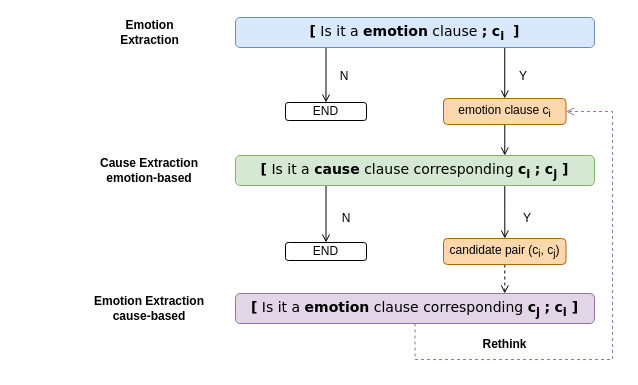
The draw.io diagram Untitled Diagram.drawio in zhoucz97/myLearning, before the edit. Source tidied: cells renumbered, new cells numbered last; positions are measured from the earlier drawing's top-left corner, leaving out a move shared by most shapes. Both pictures are drawn from the tidied source at 100%, with x=0, y=0 at pixel (75, 17).
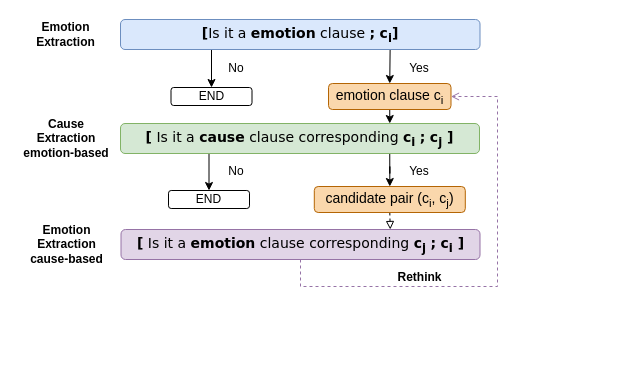
The same page after the edit.

The edit, as a diff of the source:
```diff
@@
+    <mxCell id="3" style="edgeStyle=orthogonalEdgeStyle;rounded=0;jettySize=auto;html=1;exitX=0.25;exitY=1;exitDx=0;exitDy=0;entryX=0.5;entryY=0;entryDx=0;entryDy=0;" parent="1" edge="1" source="4" target="5">
+      <mxGeometry relative="1" as="geometry" />
+    </mxCell>
-    <mxCell id="2" style="edgeStyle=orthogonalEdgeStyle;rounded=0;jettySize=auto;html=1;entryX=0.5;entryY=0;entryDx=0;entryDy=0;exitX=0.75;exitY=1;exitDx=0;exitDy=0;endArrow=open;endFill=0;" parent="1" edge="1" source="4" target="10">
+    <mxCell id="2" style="edgeStyle=orthogonalEdgeStyle;rounded=0;jettySize=auto;html=1;exitX=0.75;exitY=1;exitDx=0;exitDy=0;entryX=0.5;entryY=0;entryDx=0;entryDy=0;" parent="1" edge="1" source="4" target="10">
       <mxGeometry relative="1" as="geometry" />
     </mxCell>
-    <mxCell id="3" style="edgeStyle=orthogonalEdgeStyle;rounded=0;jettySize=auto;html=1;entryX=0.5;entryY=0;entryDx=0;entryDy=0;endArrow=open;endFill=0;" parent="1" edge="1" source="4" target="5">
-      <mxGeometry relative="1" as="geometry">
-        <Array as="points">
-          <mxPoint x="250" y="57" />
-        </Array>
-      </mxGeometry>
-    </mxCell>
-    <mxCell id="4" value="&lt;font style=&quot;font-size: 14px&quot; face=&quot;Verdana&quot;&gt;&lt;b&gt;[&lt;/b&gt; Is it a &lt;b&gt;emotion&lt;/b&gt; clause &lt;b&gt;;&lt;/b&gt; &lt;b&gt;c&lt;/b&gt;&lt;sub style=&quot;font-weight: bold&quot;&gt;i&amp;nbsp;&lt;/sub&gt;&lt;b&gt;&amp;nbsp;]&lt;/b&gt;&lt;/font&gt;" style="rounded=1;whiteSpace=wrap;html=1;fillColor=#dae8fc;strokeColor=#6c8ebf;" parent="1" vertex="1">
-      <mxGeometry x="160" width="359" height="30" as="geometry" />
+    <mxCell id="4" value="&lt;font style=&quot;font-size: 14px&quot;&gt;&lt;font face=&quot;Verdana&quot;&gt;&lt;b&gt;[&lt;/b&gt;&lt;/font&gt;&lt;span style=&quot;font-family: &amp;#34;verdana&amp;#34;&quot;&gt;Is it a&amp;nbsp;&lt;/span&gt;&lt;b style=&quot;font-family: &amp;#34;verdana&amp;#34;&quot;&gt;emotion&lt;/b&gt;&lt;span style=&quot;font-family: &amp;#34;verdana&amp;#34;&quot;&gt;&amp;nbsp;clause&amp;nbsp;&lt;/span&gt;&lt;b style=&quot;font-family: &amp;#34;verdana&amp;#34;&quot;&gt;;&lt;/b&gt;&lt;span style=&quot;font-family: &amp;#34;verdana&amp;#34;&quot;&gt;&amp;nbsp;&lt;b&gt;c&lt;sub&gt;i&lt;/sub&gt;]&lt;/b&gt;&lt;/span&gt;&lt;/font&gt;" style="rounded=1;whiteSpace=wrap;html=1;fillColor=#dae8fc;strokeColor=#6c8ebf;" parent="1" vertex="1">
+      <mxGeometry x="45" y="2" width="359.5" height="30" as="geometry" />
     </mxCell>
     <mxCell id="5" value="END" style="rounded=1;whiteSpace=wrap;html=1;" parent="1" vertex="1">
-      <mxGeometry x="210" y="85" width="81" height="18" as="geometry" />
+      <mxGeometry x="95.5" y="70" width="81" height="18" as="geometry" />
     </mxCell>
+    <mxCell id="7" style="edgeStyle=orthogonalEdgeStyle;rounded=0;jettySize=auto;html=1;exitX=0.25;exitY=1;exitDx=0;exitDy=0;entryX=0.5;entryY=0;entryDx=0;entryDy=0;" parent="1" edge="1" source="8" target="11">
+      <mxGeometry relative="1" as="geometry" />
+    </mxCell>
-    <mxCell id="6" style="edgeStyle=orthogonalEdgeStyle;rounded=0;jettySize=auto;html=1;exitX=0.75;exitY=1;exitDx=0;exitDy=0;endArrow=open;endFill=0;" parent="1" edge="1" source="8" target="13">
+    <mxCell id="6" style="edgeStyle=orthogonalEdgeStyle;rounded=0;jettySize=auto;html=1;exitX=0.75;exitY=1;exitDx=0;exitDy=0;" parent="1" edge="1" source="8" target="13">
       <mxGeometry relative="1" as="geometry" />
     </mxCell>
-    <mxCell id="7" style="edgeStyle=orthogonalEdgeStyle;rounded=0;jettySize=auto;html=1;entryX=0.5;entryY=0;entryDx=0;entryDy=0;endArrow=open;endFill=0;" parent="1" edge="1" source="8" target="11">
-      <mxGeometry relative="1" as="geometry">
-        <Array as="points">
-          <mxPoint x="250" y="197" />
-        </Array>
-      </mxGeometry>
-    </mxCell>
     <mxCell id="8" value="&lt;font style=&quot;font-size: 14px&quot; face=&quot;Verdana&quot;&gt;&lt;b&gt;[&lt;/b&gt; Is it a &lt;b&gt;cause&lt;/b&gt; clause corresponding &lt;b&gt;c&lt;sub&gt;i&lt;/sub&gt;&lt;/b&gt; &lt;b&gt;;&lt;/b&gt; &lt;b&gt;c&lt;sub&gt;j&lt;/sub&gt;&amp;nbsp;]&lt;/b&gt;&lt;/font&gt;" style="rounded=1;whiteSpace=wrap;html=1;fillColor=#d5e8d4;strokeColor=#82b366;" parent="1" vertex="1">
-      <mxGeometry x="160" y="138" width="359" height="30" as="geometry" />
+      <mxGeometry x="45" y="106" width="359" height="30" as="geometry" />
     </mxCell>
-    <mxCell id="9" style="edgeStyle=orthogonalEdgeStyle;rounded=0;jettySize=auto;html=1;entryX=0.75;entryY=0;entryDx=0;entryDy=0;endArrow=open;endFill=0;" parent="1" edge="1" source="10" target="8">
+    <mxCell id="9" style="edgeStyle=orthogonalEdgeStyle;rounded=0;jettySize=auto;html=1;exitX=0.5;exitY=1;exitDx=0;exitDy=0;entryX=0.75;entryY=0;entryDx=0;entryDy=0;" parent="1" edge="1" source="10" target="8">
       <mxGeometry relative="1" as="geometry" />
     </mxCell>
-    <mxCell id="10" value="emotion clause c&lt;sub&gt;i&lt;/sub&gt;" style="rounded=1;whiteSpace=wrap;html=1;fillColor=#fad7ac;strokeColor=#b46504;" parent="1" vertex="1">
-      <mxGeometry x="368" y="81" width="122.5" height="26" as="geometry" />
+    <mxCell id="10" value="&lt;font style=&quot;font-size: 14px&quot;&gt;emotion clause c&lt;sub&gt;i&lt;/sub&gt;&lt;/font&gt;" style="rounded=1;whiteSpace=wrap;html=1;fillColor=#fad7ac;strokeColor=#b46504;" parent="1" vertex="1">
+      <mxGeometry x="253" y="66" width="122.5" height="26" as="geometry" />
     </mxCell>
     <mxCell id="11" value="END" style="rounded=1;whiteSpace=wrap;html=1;" parent="1" vertex="1">
-      <mxGeometry x="210" y="225" width="81" height="18" as="geometry" />
+      <mxGeometry x="93" y="173" width="81" height="18" as="geometry" />
     </mxCell>
-    <mxCell id="12" style="edgeStyle=orthogonalEdgeStyle;rounded=0;jettySize=auto;html=1;entryX=0.75;entryY=0;entryDx=0;entryDy=0;endArrow=open;endFill=0;dashed=1;" parent="1" edge="1" source="13" target="15">
+    <mxCell id="12" style="edgeStyle=orthogonalEdgeStyle;rounded=0;jettySize=auto;html=1;exitX=0.5;exitY=1;exitDx=0;exitDy=0;entryX=0.75;entryY=0;entryDx=0;entryDy=0;dashed=1;endArrow=block;endFill=0;" parent="1" edge="1" source="13" target="15">
       <mxGeometry relative="1" as="geometry" />
     </mxCell>
-    <mxCell id="13" value="candidate pair (c&lt;sub&gt;i&lt;/sub&gt;, c&lt;sub&gt;j&lt;/sub&gt;)" style="rounded=1;whiteSpace=wrap;html=1;fillColor=#fad7ac;strokeColor=#b46504;" parent="1" vertex="1">
-      <mxGeometry x="368" y="221" width="122.5" height="26" as="geometry" />
+    <mxCell id="13" value="&lt;font style=&quot;font-size: 14px&quot;&gt;candidate pair (c&lt;sub&gt;i&lt;/sub&gt;, c&lt;sub&gt;j&lt;/sub&gt;)&lt;/font&gt;" style="rounded=1;whiteSpace=wrap;html=1;fillColor=#fad7ac;strokeColor=#b46504;" parent="1" vertex="1">
+      <mxGeometry x="238.8" y="169" width="151" height="26" as="geometry" />
     </mxCell>
     <mxCell id="14" style="edgeStyle=orthogonalEdgeStyle;rounded=0;jettySize=auto;html=1;entryX=1;entryY=0.5;entryDx=0;entryDy=0;dashed=1;endArrow=open;endFill=0;fillColor=#e1d5e7;strokeColor=#9673a6;" parent="1" edge="1" source="15" target="10">
       <mxGeometry relative="1" as="geometry">
         <Array as="points">
-          <mxPoint x="340" y="342" />
-          <mxPoint x="537" y="342" />
-          <mxPoint x="537" y="94" />
+          <mxPoint x="225" y="269" />
+          <mxPoint x="422" y="269" />
+          <mxPoint x="422" y="79" />
         </Array>
       </mxGeometry>
     </mxCell>
     <mxCell id="15" value="&lt;font style=&quot;font-size: 14px&quot; face=&quot;Verdana&quot;&gt;&lt;b&gt;[&lt;/b&gt; Is it a &lt;b&gt;emotion&lt;/b&gt; clause corresponding &lt;b&gt;c&lt;sub&gt;j&lt;/sub&gt;&lt;/b&gt;&amp;nbsp;&lt;b&gt;;&lt;/b&gt; &lt;b&gt;c&lt;sub&gt;i&lt;/sub&gt;&amp;nbsp;]&lt;/b&gt;&lt;/font&gt;" style="rounded=1;whiteSpace=wrap;html=1;fillColor=#e1d5e7;strokeColor=#9673a6;" parent="1" vertex="1">
-      <mxGeometry x="160" y="276" width="359" height="30" as="geometry" />
+      <mxGeometry x="45.5" y="212" width="359" height="30" as="geometry" />
     </mxCell>
     <mxCell id="16" value="&lt;b&gt;Emotion&lt;br&gt;Extraction&lt;/b&gt;" style="text;html=1;strokeColor=none;fillColor=none;align=center;verticalAlign=middle;whiteSpace=wrap;rounded=0;" parent="1" vertex="1">
-      <mxGeometry x="0.5" y="5" width="147" height="20" as="geometry" />
+      <mxGeometry x="-58.4" y="7" width="97" height="20" as="geometry" />
     </mxCell>
     <mxCell id="17" value="&lt;b&gt;Cause Extraction &lt;br&gt;emotion-based&lt;/b&gt;" style="text;html=1;strokeColor=none;fillColor=none;align=center;verticalAlign=middle;whiteSpace=wrap;rounded=0;" parent="1" vertex="1">
-      <mxGeometry x="6.2" y="143" width="135.5" height="20" as="geometry" />
+      <mxGeometry x="-58.6" y="111" width="100.2" height="20" as="geometry" />
     </mxCell>
     <mxCell id="18" value="&lt;b&gt;Emotion Extraction &lt;br&gt;cause-based&lt;/b&gt;" style="text;html=1;strokeColor=none;fillColor=none;align=center;verticalAlign=middle;whiteSpace=wrap;rounded=0;" parent="1" vertex="1">
-      <mxGeometry x="7" y="281" width="134" height="20" as="geometry" />
+      <mxGeometry x="-57.8" y="217" width="98.5" height="20" as="geometry" />
     </mxCell>
-    <mxCell id="19" value="N" style="text;html=1;strokeColor=none;fillColor=none;align=center;verticalAlign=middle;whiteSpace=wrap;rounded=0;" parent="1" vertex="1">
-      <mxGeometry x="249" y="49" width="40" height="20" as="geometry" />
-    </mxCell>
-    <mxCell id="20" value="Y" style="text;html=1;strokeColor=none;fillColor=none;align=center;verticalAlign=middle;whiteSpace=wrap;rounded=0;" parent="1" vertex="1">
-      <mxGeometry x="428" y="49" width="40" height="20" as="geometry" />
-    </mxCell>
-    <mxCell id="21" value="N" style="text;html=1;strokeColor=none;fillColor=none;align=center;verticalAlign=middle;whiteSpace=wrap;rounded=0;" parent="1" vertex="1">
-      <mxGeometry x="251" y="191" width="40" height="20" as="geometry" />
+    <mxCell id="21" value="No" style="text;html=1;strokeColor=none;fillColor=none;align=center;verticalAlign=middle;whiteSpace=wrap;rounded=0;" parent="1" vertex="1">
+      <mxGeometry x="141" y="144" width="40" height="20" as="geometry" />
     </mxCell>
-    <mxCell id="22" value="Y" style="text;html=1;strokeColor=none;fillColor=none;align=center;verticalAlign=middle;whiteSpace=wrap;rounded=0;" parent="1" vertex="1">
-      <mxGeometry x="432" y="191" width="40" height="20" as="geometry" />
+    <mxCell id="22" value="Yes" style="text;html=1;strokeColor=none;fillColor=none;align=center;verticalAlign=middle;whiteSpace=wrap;rounded=0;" parent="1" vertex="1">
+      <mxGeometry x="324" y="144" width="40" height="20" as="geometry" />
     </mxCell>
     <mxCell id="23" value="&lt;b&gt;Rethink&lt;/b&gt;" style="text;html=1;strokeColor=none;fillColor=none;align=center;verticalAlign=middle;whiteSpace=wrap;rounded=0;" parent="1" vertex="1">
-      <mxGeometry x="401.9" y="317" width="54.8" height="20" as="geometry" />
+      <mxGeometry x="316.6" y="250" width="54.8" height="20" as="geometry" />
     </mxCell>
+    <mxCell id="24" value="No" style="text;html=1;strokeColor=none;fillColor=none;align=center;verticalAlign=middle;whiteSpace=wrap;rounded=0;" parent="1" vertex="1">
+      <mxGeometry x="141" y="41" width="40" height="20" as="geometry" />
+    </mxCell>
+    <mxCell id="25" value="Yes" style="text;html=1;strokeColor=none;fillColor=none;align=center;verticalAlign=middle;whiteSpace=wrap;rounded=0;" parent="1" vertex="1">
+      <mxGeometry x="324" y="41" width="40" height="20" as="geometry" />
+    </mxCell>
```
